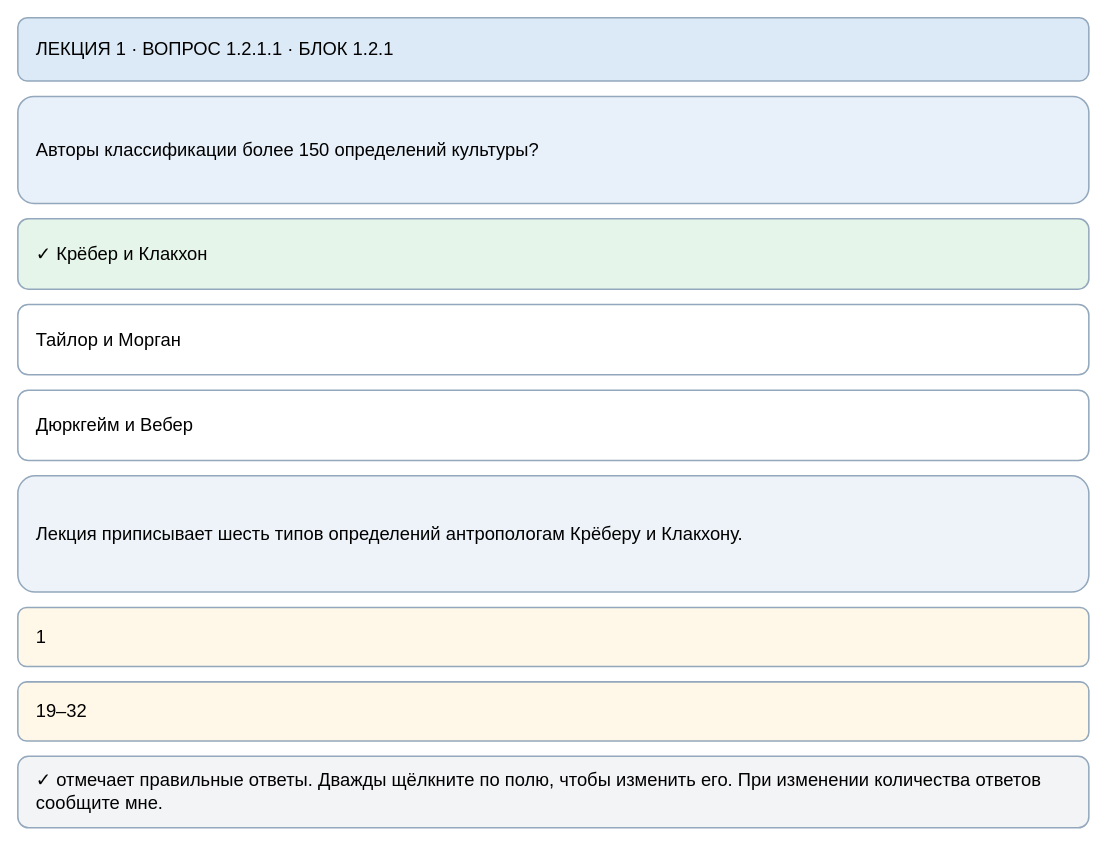
Above: page "1.2.1.1" (3 of 36) of maps/lecture-01-test-editor.drawio in slobodatablichka/apologetika-test (draw.io), before the change. Source tidied: cells renumbered, new cells numbered last; positions are measured from the earlier drawing's top-left corner, leaving out a move shared by most shapes. Both pictures are drawn from the tidied source at 102%, with x=0, y=0 at pixel (17, 17).
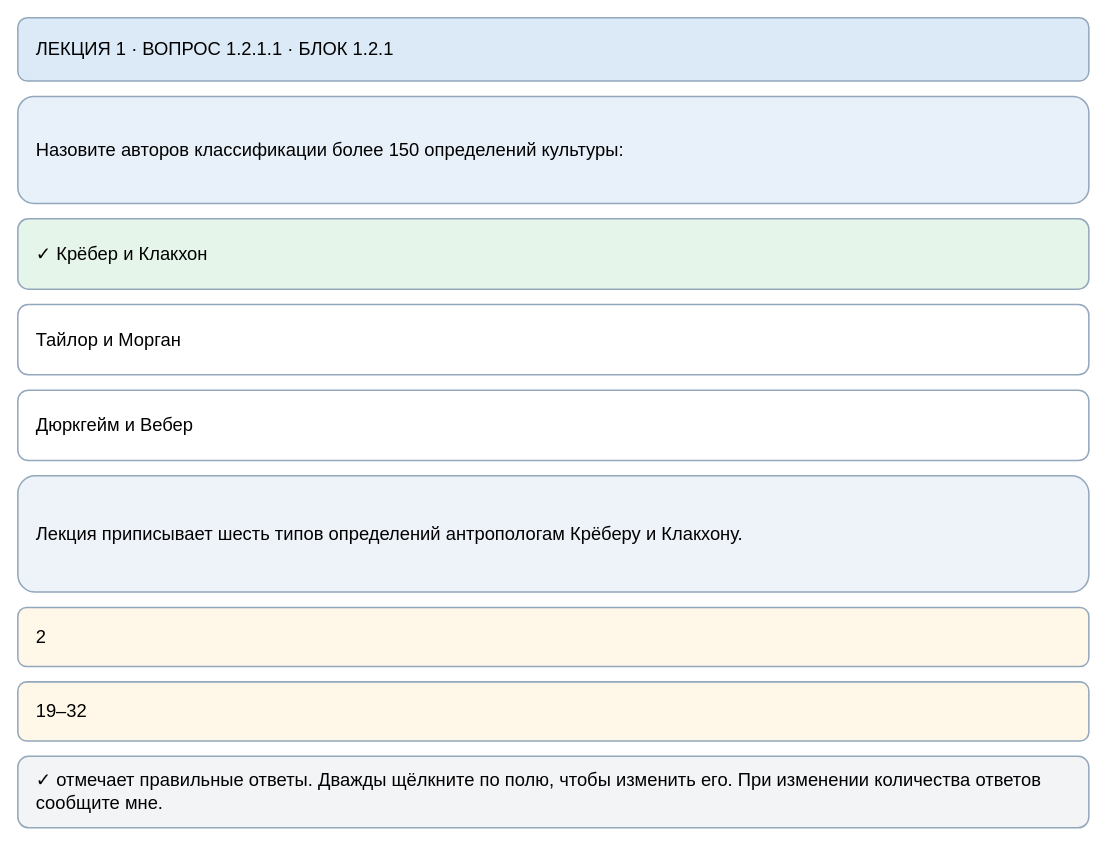
Above is the later version.

What changed in the source:
```diff
@@
 <mxGraphModel>
   <root>
     <mxCell id="0" />
     <mxCell id="1" parent="0" />
     <mxCell id="2" value="ЛЕКЦИЯ 1 · ВОПРОС 1.2.1.1 · БЛОК 1.2.1" style="rounded=1;whiteSpace=wrap;html=1;align=left;verticalAlign=middle;spacingLeft=16;spacingRight=16;fontSize=18;fillColor=#dce9f6;strokeColor=#93a8bc;strokeWidth=1.5;" parent="1" vertex="1">
       <mxGeometry width="1050" height="62" as="geometry" />
     </mxCell>
-    <mxCell id="3" value="Авторы классификации более 150 определений культуры?" style="rounded=1;whiteSpace=wrap;html=1;align=left;verticalAlign=middle;spacingLeft=16;spacingRight=16;fontSize=18;fillColor=#e8f0f9;strokeColor=#93a8bc;strokeWidth=1.5;" parent="1" vertex="1">
+    <mxCell id="3" value="Назовите авторов классификации более 150 определений культуры:" style="rounded=1;whiteSpace=wrap;html=1;align=left;verticalAlign=middle;spacingLeft=16;spacingRight=16;fontSize=18;fillColor=#e8f0f9;strokeColor=#93a8bc;strokeWidth=1.5;" parent="1" vertex="1">
       <mxGeometry y="77" width="1050" height="105" as="geometry" />
     </mxCell>
     <mxCell id="4" value="✓ Крёбер и Клакхон" style="rounded=1;whiteSpace=wrap;html=1;align=left;verticalAlign=middle;spacingLeft=16;spacingRight=16;fontSize=18;fillColor=#e6f5e9;strokeColor=#93a8bc;strokeWidth=1.5;" parent="1" vertex="1">
       <mxGeometry y="197" width="1050" height="69" as="geometry" />
     </mxCell>
     <mxCell id="5" value="Тайлор и Морган" style="rounded=1;whiteSpace=wrap;html=1;align=left;verticalAlign=middle;spacingLeft=16;spacingRight=16;fontSize=18;fillColor=#ffffff;strokeColor=#93a8bc;strokeWidth=1.5;" parent="1" vertex="1">
       <mxGeometry y="281" width="1050" height="69" as="geometry" />
     </mxCell>
     <mxCell id="6" value="Дюркгейм и Вебер" style="rounded=1;whiteSpace=wrap;html=1;align=left;verticalAlign=middle;spacingLeft=16;spacingRight=16;fontSize=18;fillColor=#ffffff;strokeColor=#93a8bc;strokeWidth=1.5;" parent="1" vertex="1">
       <mxGeometry y="365" width="1050" height="69" as="geometry" />
     </mxCell>
     <mxCell id="7" value="Лекция приписывает шесть типов определений антропологам Крёберу и Клакхону." style="rounded=1;whiteSpace=wrap;html=1;align=left;verticalAlign=middle;spacingLeft=16;spacingRight=16;fontSize=18;fillColor=#edf3f8;strokeColor=#93a8bc;strokeWidth=1.5;" parent="1" vertex="1">
       <mxGeometry y="449" width="1050" height="114" as="geometry" />
     </mxCell>
-    <mxCell id="8" value="1" style="rounded=1;whiteSpace=wrap;html=1;align=left;verticalAlign=middle;spacingLeft=16;spacingRight=16;fontSize=18;fillColor=#fff8e8;strokeColor=#93a8bc;strokeWidth=1.5;" parent="1" vertex="1">
+    <mxCell id="8" value="2" style="rounded=1;whiteSpace=wrap;html=1;align=left;verticalAlign=middle;spacingLeft=16;spacingRight=16;fontSize=18;fillColor=#fff8e8;strokeColor=#93a8bc;strokeWidth=1.5;" parent="1" vertex="1">
       <mxGeometry y="578" width="1050" height="58" as="geometry" />
     </mxCell>
     <mxCell id="9" value="19–32" style="rounded=1;whiteSpace=wrap;html=1;align=left;verticalAlign=middle;spacingLeft=16;spacingRight=16;fontSize=18;fillColor=#fff8e8;strokeColor=#93a8bc;strokeWidth=1.5;" parent="1" vertex="1">
       <mxGeometry y="651" width="1050" height="58" as="geometry" />
     </mxCell>
     <mxCell id="10" value="✓ отмечает правильные ответы. Дважды щёлкните по полю, чтобы изменить его. При изменении количества ответов сообщите мне." style="rounded=1;whiteSpace=wrap;html=1;align=left;verticalAlign=middle;spacingLeft=16;spacingRight=16;fontSize=18;fillColor=#f3f4f6;strokeColor=#93a8bc;strokeWidth=1.5;" parent="1" vertex="1">
       <mxGeometry y="724" width="1050" height="70" as="geometry" />
     </mxCell>
   </root>
 </mxGraphModel>
```
